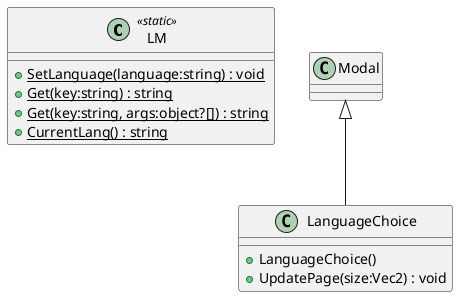
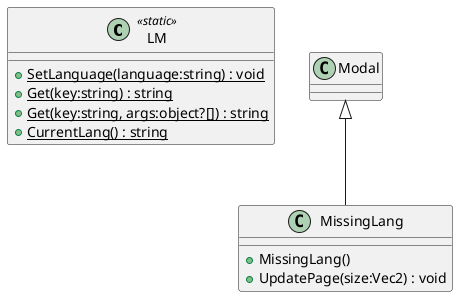
@startuml
class LM <<static>> {
    + {static} SetLanguage(language:string) : void
    + {static} Get(key:string) : string
    + {static} Get(key:string, args:object?[]) : string
    + {static} CurrentLang() : string
}
- class LanguageChoice {
-     + LanguageChoice()
+ class MissingLang {
+     + MissingLang()
    + UpdatePage(size:Vec2) : void
}
- Modal <|-- LanguageChoice
+ Modal <|-- MissingLang
@enduml
